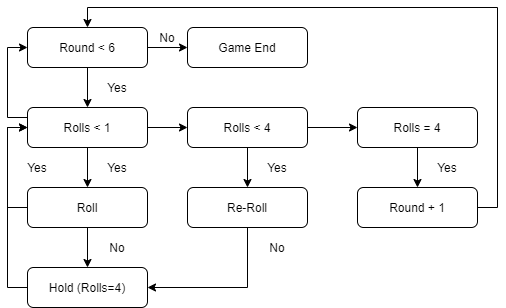
Earlier version of the draw.io export doc/yatzy/flowchart.png (Orkanen/mvc). Source tidied: cells renumbered, new cells last; positions are measured from the earlier drawing's top-left corner, leaving out a move shared by most shapes.
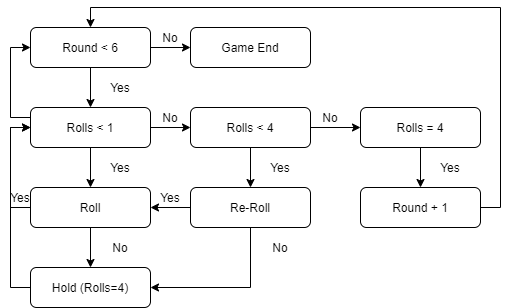
The same file after the commit.

The edit, as a diff of the source:
```diff
@@ -44,6 +44,9 @@
     <mxCell id="15" style="edgeStyle=orthogonalEdgeStyle;rounded=0;jettySize=auto;html=1;exitX=0.5;exitY=1;exitDx=0;exitDy=0;entryX=1;entryY=0.5;entryDx=0;entryDy=0;" parent="1" edge="1" source="16" target="18">
       <mxGeometry relative="1" as="geometry" />
     </mxCell>
+    <mxCell id="32" style="edgeStyle=orthogonalEdgeStyle;rounded=0;jettySize=auto;html=1;exitX=0;exitY=0.5;exitDx=0;exitDy=0;entryX=1;entryY=0.5;entryDx=0;entryDy=0;" parent="1" edge="1" source="16" target="10">
+      <mxGeometry relative="1" as="geometry" />
+    </mxCell>
     <mxCell id="16" value="Re-Roll" style="rounded=1;whiteSpace=wrap;html=1;" parent="1" vertex="1">
       <mxGeometry x="170" y="160" width="120" height="40" as="geometry" />
     </mxCell>
@@ -75,7 +78,7 @@
       <mxGeometry x="80" y="130" width="40" height="20" as="geometry" />
     </mxCell>
     <mxCell id="26" value="Yes" style="text;html=1;strokeColor=none;fillColor=none;align=center;verticalAlign=middle;whiteSpace=wrap;rounded=0;" parent="1" vertex="1">
-      <mxGeometry y="130" width="40" height="20" as="geometry" />
+      <mxGeometry x="-20" y="160" width="40" height="20" as="geometry" />
     </mxCell>
     <mxCell id="27" value="No" style="text;html=1;strokeColor=none;fillColor=none;align=center;verticalAlign=middle;whiteSpace=wrap;rounded=0;" parent="1" vertex="1">
       <mxGeometry x="80" y="210" width="40" height="20" as="geometry" />
@@ -92,5 +95,14 @@
     <mxCell id="31" value="No" style="text;html=1;strokeColor=none;fillColor=none;align=center;verticalAlign=middle;whiteSpace=wrap;rounded=0;" parent="1" vertex="1">
       <mxGeometry x="130" width="40" height="20" as="geometry" />
     </mxCell>
+    <mxCell id="33" value="Yes" style="text;html=1;strokeColor=none;fillColor=none;align=center;verticalAlign=middle;whiteSpace=wrap;rounded=0;" parent="1" vertex="1">
+      <mxGeometry x="130" y="160" width="40" height="20" as="geometry" />
+    </mxCell>
+    <mxCell id="34" value="No" style="text;html=1;strokeColor=none;fillColor=none;align=center;verticalAlign=middle;whiteSpace=wrap;rounded=0;" parent="1" vertex="1">
+      <mxGeometry x="130" y="80" width="40" height="20" as="geometry" />
+    </mxCell>
+    <mxCell id="35" value="No" style="text;html=1;strokeColor=none;fillColor=none;align=center;verticalAlign=middle;whiteSpace=wrap;rounded=0;" parent="1" vertex="1">
+      <mxGeometry x="290" y="80" width="40" height="20" as="geometry" />
+    </mxCell>
   </root>
 </mxGraphModel>
```
